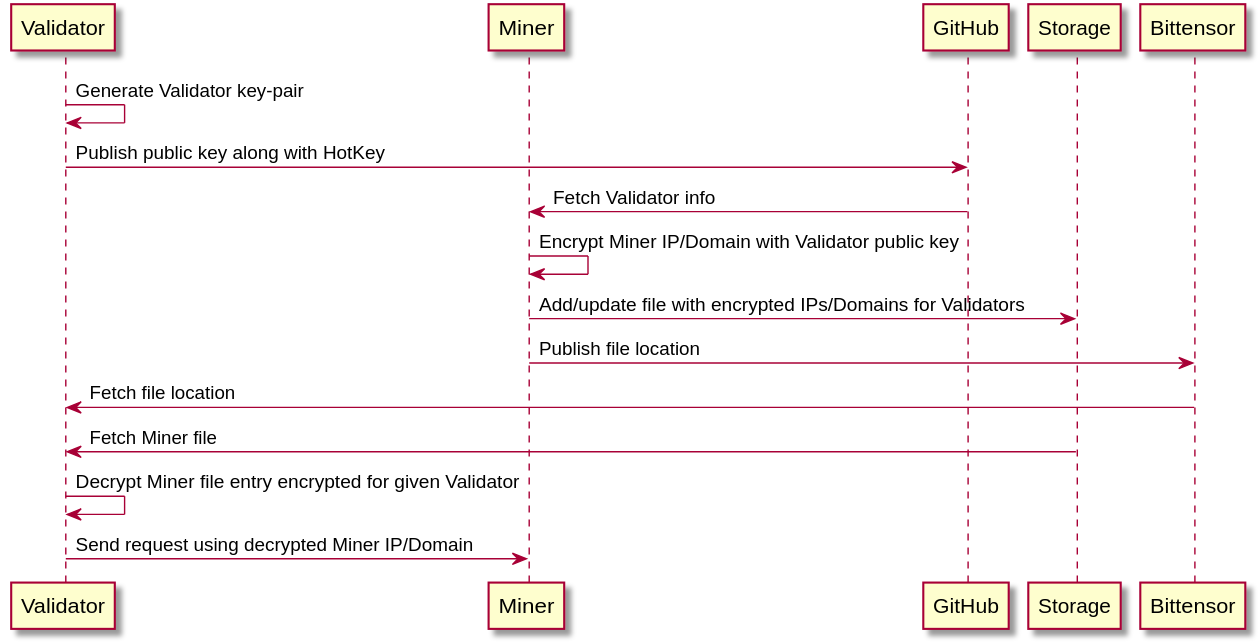
bactensor/bt-ddos-shield keeps this PlantUML diagram as assets/diagrams/CommunicationFlow.svg. Above is the earlier version.
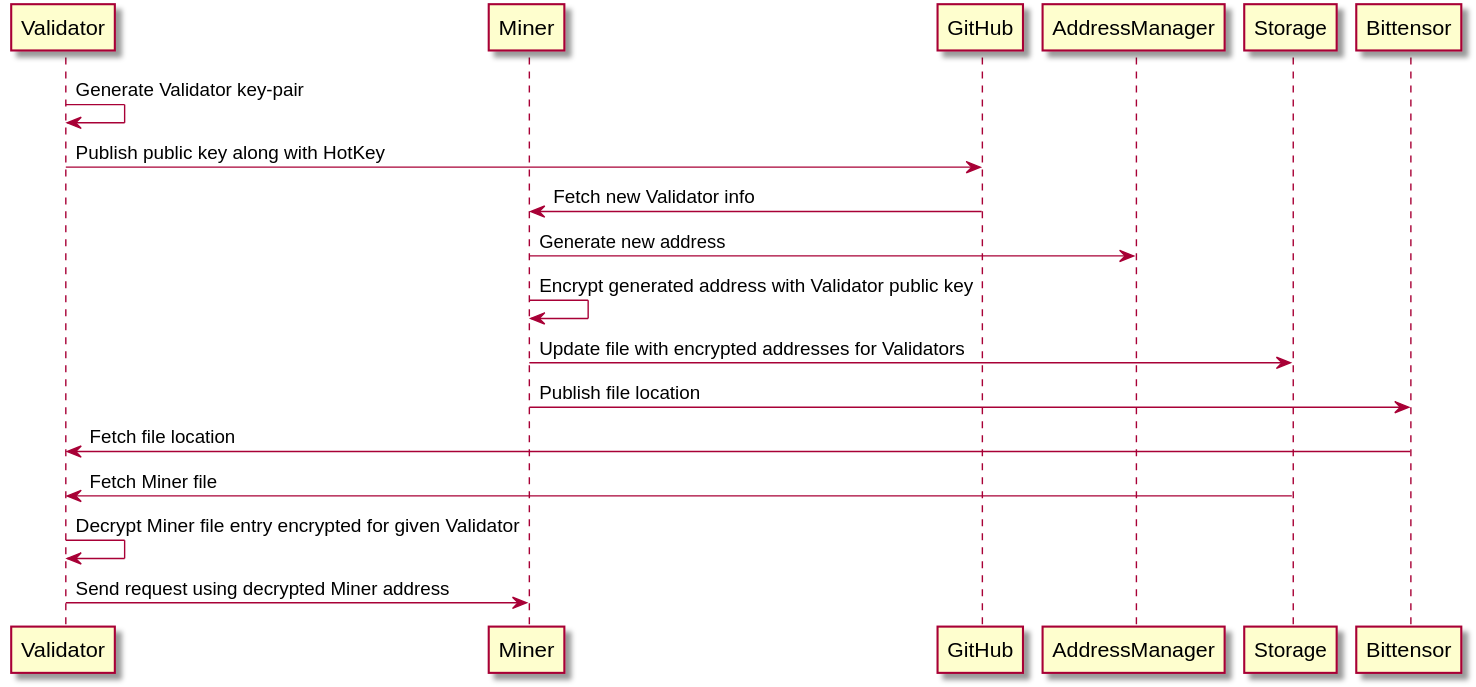
The same diagram one commit later.

Diff of the diagram source:
```diff
@@ -2,16 +2,18 @@
 participant Validator
 participant Miner
 participant GitHub
+participant AddressManager
 participant Storage
 participant Bittensor
 Validator -> Validator: Generate Validator key-pair
 Validator -> GitHub: Publish public key along with HotKey
-GitHub -> Miner: Fetch Validator info
-Miner -> Miner: Encrypt Miner IP/Domain with Validator public key
-Miner -> Storage: Add/update file with encrypted IPs/Domains for Validators
+GitHub -> Miner: Fetch new Validator info
+Miner -> AddressManager: Generate new address
+Miner -> Miner: Encrypt generated address with Validator public key
+Miner -> Storage: Update file with encrypted addresses for Validators
 Miner -> Bittensor: Publish file location
 Bittensor -> Validator: Fetch file location
 Storage -> Validator: Fetch Miner file
 Validator -> Validator: Decrypt Miner file entry encrypted for given Validator
-Validator -> Miner: Send request using decrypted Miner IP/Domain
+Validator -> Miner: Send request using decrypted Miner address
 @enduml
```
